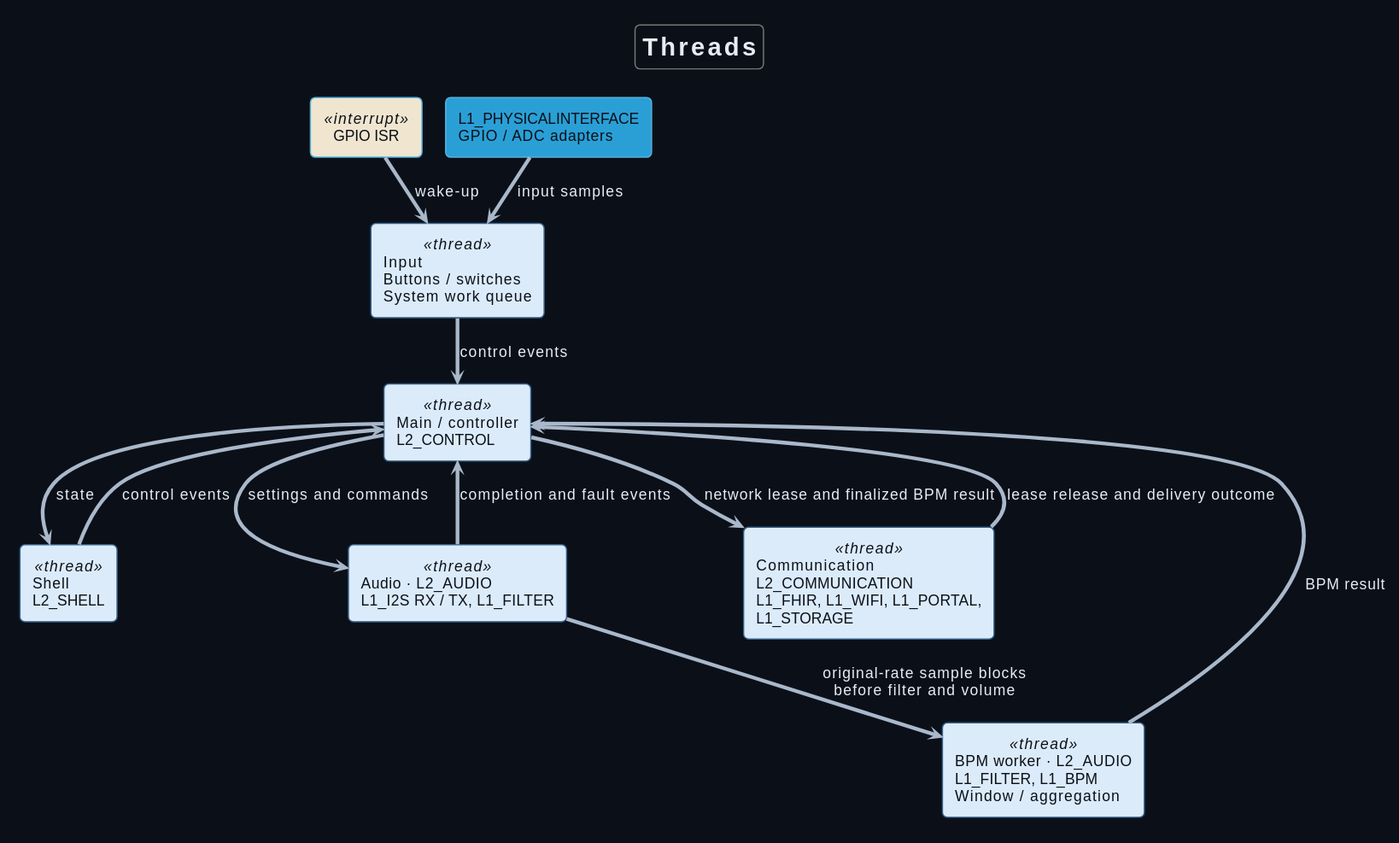
Before: Development/system/architecture/system/rendered/runtime_ownership.svg, a diagram exported from PlantUML (DemonicPsychoII/DigitalStethoscope).
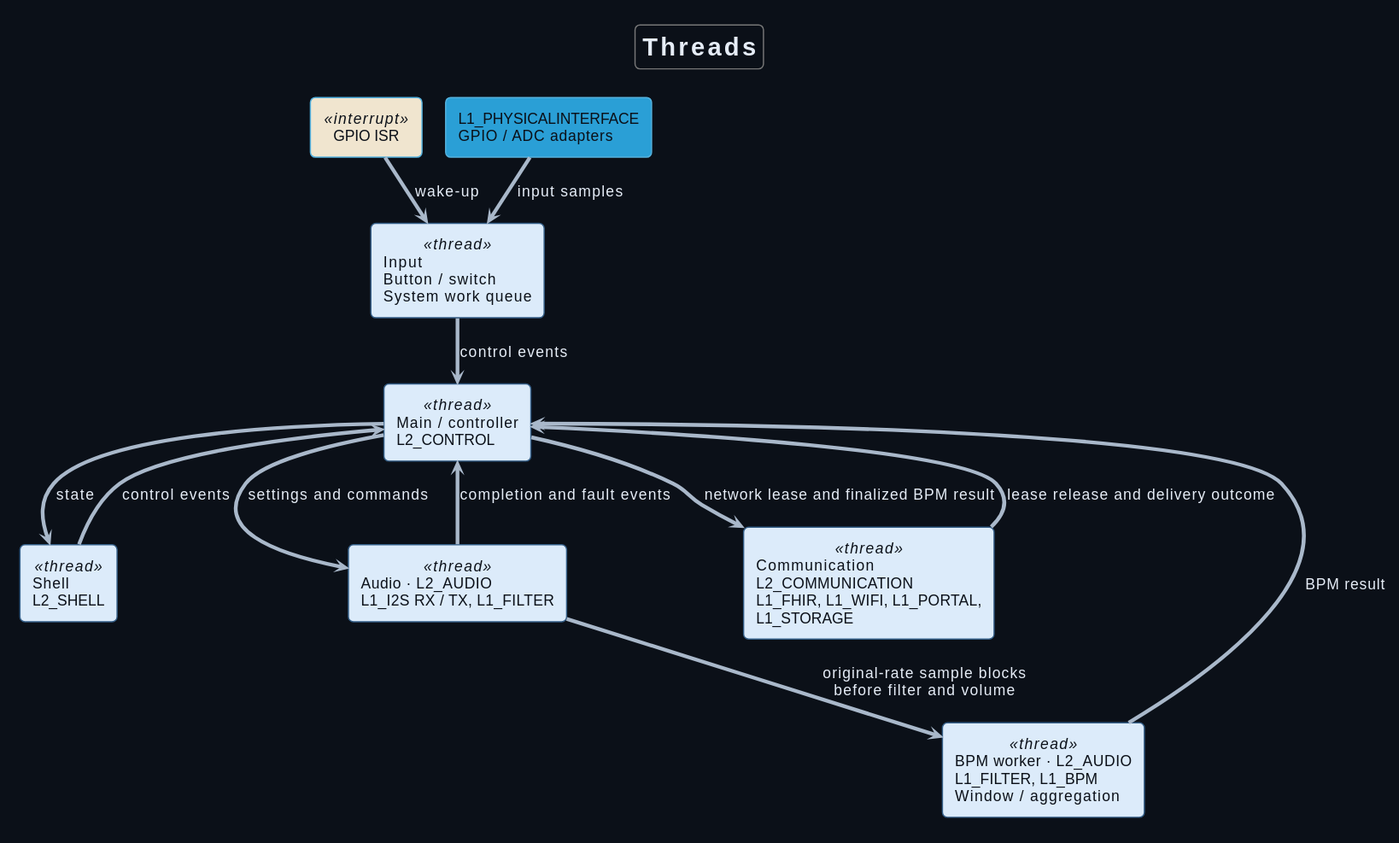
After the commit.

Diff of the diagram source:
```diff
@@ -7,14 +7,6 @@
 skinparam ArrowColor #a9b8ca
 skinparam component {
  FontColor #0b1018
- BackgroundColor<<optional>> #273241
- BorderColor<<optional>> #61738a
- FontColor<<optional>> #b8c4d4
-}
-skinparam artifact {
- BackgroundColor<<optional>> #273241
- BorderColor<<optional>> #61738a
- FontColor<<optional>> #b8c4d4
 }
 skinparam componentStyle rectangle
 skinparam defaultFontName SansSerif
@@ -29,7 +21,7 @@
 }
 component "GPIO ISR" as irq <<interrupt>>
 component "L1_PHYSICALINTERFACE\nGPIO / ADC adapters" as adapters
-component "Input\nButtons / switches\nSystem work queue" as inp <<thread>>
+component "Input\nButton / switch\nSystem work queue" as inp <<thread>>
 component "Shell\nL2_SHELL" as shell <<thread>>
 component "Main / controller\nL2_CONTROL" as ctl <<thread>>
 component "Audio · L2_AUDIO\nL1_I2S RX / TX, L1_FILTER" as audio <<thread>>
```
